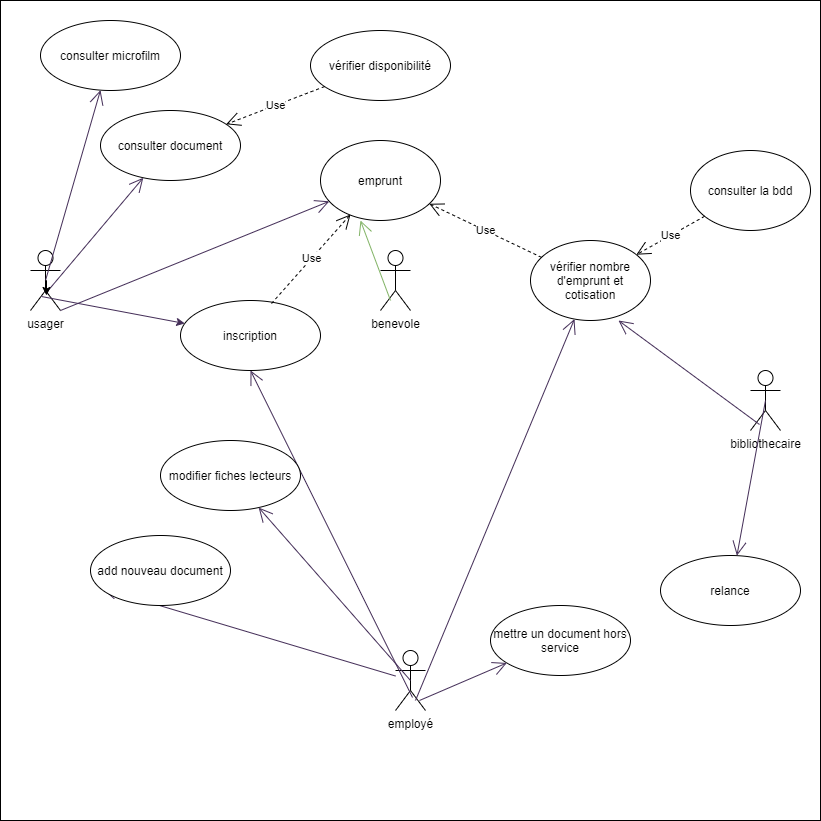
Above: Evaluation mediatheque/diagramme cas d'utilisation.png in alnarolekoala/CDA (draw.io), before the change. Source tidied: cells renumbered, new cells last; positions are measured from the earlier drawing's top-left corner, leaving out a move shared by most shapes.
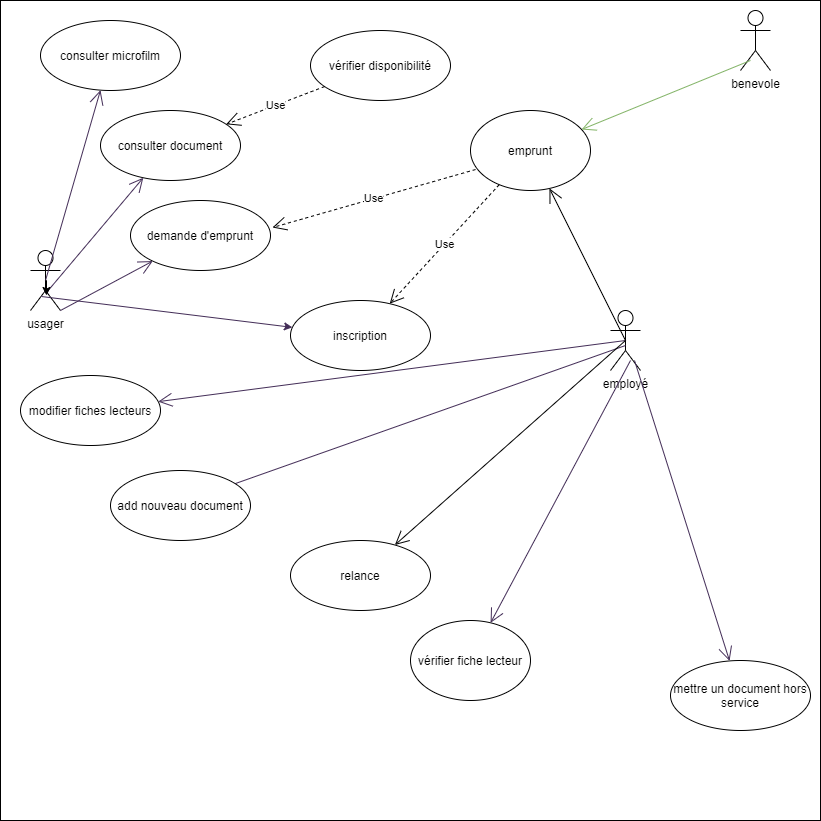
Above is the later version.

The edit, as a diff of the source:
```diff
@@ -9,30 +9,18 @@
       <mxGeometry x="30" y="250" width="30" height="60" as="geometry" />
     </mxCell>
     <mxCell id="4" value="employé" style="shape=umlActor;verticalLabelPosition=bottom;verticalAlign=top;html=1;" parent="1" vertex="1">
-      <mxGeometry x="395" y="650" width="30" height="60" as="geometry" />
+      <mxGeometry x="610" y="310" width="30" height="60" as="geometry" />
     </mxCell>
     <mxCell id="5" value="benevole" style="shape=umlActor;verticalLabelPosition=bottom;verticalAlign=top;html=1;" parent="1" vertex="1">
-      <mxGeometry x="380" y="250" width="30" height="60" as="geometry" />
+      <mxGeometry x="740" y="10" width="30" height="60" as="geometry" />
     </mxCell>
-    <mxCell id="6" value="bibliothecaire" style="shape=umlActor;verticalLabelPosition=bottom;verticalAlign=top;html=1;" parent="1" vertex="1">
-      <mxGeometry x="750" y="370" width="30" height="60" as="geometry" />
-    </mxCell>
     <mxCell id="7" value="emprunt" style="ellipse;whiteSpace=wrap;html=1;" parent="1" vertex="1">
-      <mxGeometry x="320" y="140" width="120" height="80" as="geometry" />
+      <mxGeometry x="470" y="110" width="120" height="80" as="geometry" />
     </mxCell>
-    <mxCell id="8" value="consulter la bdd" style="ellipse;whiteSpace=wrap;html=1;" parent="1" vertex="1">
-      <mxGeometry x="690" y="150" width="120" height="80" as="geometry" />
-    </mxCell>
-    <mxCell id="9" value="Use" style="endArrow=open;endSize=12;dashed=1;html=1;" parent="1" edge="1" source="8" target="10">
-      <mxGeometry relative="1" as="geometry" />
-    </mxCell>
-    <mxCell id="10" value="vérifier nombre d'emprunt et cotisation" style="ellipse;whiteSpace=wrap;html=1;" parent="1" vertex="1">
-      <mxGeometry x="530" y="240" width="120" height="80" as="geometry" />
+    <mxCell id="10" value="vérifier fiche lecteur" style="ellipse;whiteSpace=wrap;html=1;" parent="1" vertex="1">
+      <mxGeometry x="410" y="620" width="120" height="80" as="geometry" />
     </mxCell>
-    <mxCell id="11" value="Use" style="endArrow=open;endSize=12;dashed=1;html=1;" parent="1" edge="1" source="10" target="7">
-      <mxGeometry relative="1" as="geometry" />
-    </mxCell>
-    <mxCell id="12" style="endArrow=open;endFill=1;endSize=12;html=1;exitX=1;exitY=1;exitDx=0;exitDy=0;exitPerimeter=0;fillColor=#76608a;strokeColor=#432D57;" parent="1" edge="1" source="3" target="7">
+    <mxCell id="12" style="endArrow=open;endFill=1;endSize=12;html=1;exitX=1;exitY=1;exitDx=0;exitDy=0;exitPerimeter=0;fillColor=#76608a;strokeColor=#432D57;" parent="1" edge="1" source="3" target="35">
       <mxGeometry relative="1" as="geometry" />
     </mxCell>
     <mxCell id="13" style="endArrow=open;endFill=1;endSize=12;html=1;exitX=0.667;exitY=0.833;exitDx=0;exitDy=0;exitPerimeter=0;fillColor=#76608a;strokeColor=#432D57;" parent="1" edge="1" source="4" target="10">
@@ -44,35 +32,31 @@
     <mxCell id="15" style="endArrow=open;endFill=1;endSize=12;html=1;exitX=0.533;exitY=0.7;exitDx=0;exitDy=0;exitPerimeter=0;fillColor=#76608a;strokeColor=#432D57;" parent="1" edge="1" source="3" target="14">
       <mxGeometry relative="1" as="geometry" />
     </mxCell>
-    <mxCell id="16" style="endArrow=open;endFill=1;endSize=12;html=1;exitX=0.333;exitY=0.833;exitDx=0;exitDy=0;exitPerimeter=0;entryX=0.333;entryY=1;entryDx=0;entryDy=0;entryPerimeter=0;fillColor=#d5e8d4;strokeColor=#82b366;" parent="1" edge="1" source="5" target="7">
+    <mxCell id="16" style="endArrow=open;endFill=1;endSize=12;html=1;exitX=0.333;exitY=0.833;exitDx=0;exitDy=0;exitPerimeter=0;fillColor=#d5e8d4;strokeColor=#82b366;" parent="1" edge="1" source="5" target="7">
       <mxGeometry relative="1" as="geometry" />
     </mxCell>
     <mxCell id="17" value="relance" style="ellipse;whiteSpace=wrap;html=1;" parent="1" vertex="1">
-      <mxGeometry x="660" y="555" width="140" height="70" as="geometry" />
+      <mxGeometry x="290" y="540" width="140" height="70" as="geometry" />
     </mxCell>
-    <mxCell id="18" style="endArrow=open;endFill=1;endSize=12;html=1;entryX=0.086;entryY=0.757;entryDx=0;entryDy=0;entryPerimeter=0;fillColor=#76608a;strokeColor=#432D57;" parent="1" edge="1" source="4" target="20">
-      <mxGeometry relative="1" as="geometry" />
+    <mxCell id="18" style="endArrow=open;endFill=1;endSize=12;html=1;entryX=0.086;entryY=0.757;entryDx=0;entryDy=0;entryPerimeter=0;fillColor=#76608a;strokeColor=#432D57;" parent="1" edge="1" target="20">
+      <mxGeometry relative="1" as="geometry">
+        <mxPoint x="625" y="345" as="sourcePoint" />
+      </mxGeometry>
     </mxCell>
-    <mxCell id="19" style="endArrow=open;endFill=1;endSize=12;html=1;exitX=0.5;exitY=0.5;exitDx=0;exitDy=0;exitPerimeter=0;fillColor=#76608a;strokeColor=#432D57;" parent="1" edge="1" source="6" target="17">
-      <mxGeometry relative="1" as="geometry" />
-    </mxCell>
     <mxCell id="20" value="add nouveau document" style="ellipse;whiteSpace=wrap;html=1;" parent="1" vertex="1">
-      <mxGeometry x="90" y="535" width="140" height="70" as="geometry" />
+      <mxGeometry x="110" y="470" width="140" height="70" as="geometry" />
     </mxCell>
     <mxCell id="21" value="inscription&lt;br&gt;" style="ellipse;whiteSpace=wrap;html=1;" parent="1" vertex="1">
-      <mxGeometry x="180" y="300" width="140" height="70" as="geometry" />
+      <mxGeometry x="290" y="300" width="140" height="70" as="geometry" />
     </mxCell>
-    <mxCell id="22" style="endArrow=open;endFill=1;endSize=12;html=1;entryX=0.5;entryY=1;entryDx=0;entryDy=0;exitX=0.567;exitY=0.783;exitDx=0;exitDy=0;exitPerimeter=0;fillColor=#76608a;strokeColor=#432D57;" parent="1" edge="1" source="4" target="21">
-      <mxGeometry relative="1" as="geometry" />
-    </mxCell>
     <mxCell id="23" value="modifier fiches lecteurs" style="ellipse;whiteSpace=wrap;html=1;" parent="1" vertex="1">
-      <mxGeometry x="160" y="440" width="140" height="70" as="geometry" />
+      <mxGeometry x="20" y="375" width="140" height="70" as="geometry" />
     </mxCell>
     <mxCell id="24" style="endArrow=open;endFill=1;endSize=12;html=1;exitX=0.5;exitY=0.5;exitDx=0;exitDy=0;exitPerimeter=0;fillColor=#76608a;strokeColor=#432D57;" parent="1" edge="1" source="4" target="23">
       <mxGeometry relative="1" as="geometry" />
     </mxCell>
     <mxCell id="25" value="mettre un document hors service" style="ellipse;whiteSpace=wrap;html=1;" parent="1" vertex="1">
-      <mxGeometry x="490" y="605" width="140" height="70" as="geometry" />
+      <mxGeometry x="670" y="660" width="140" height="70" as="geometry" />
     </mxCell>
     <mxCell id="26" style="endArrow=open;endFill=1;endSize=12;html=1;exitX=0.8;exitY=0.833;exitDx=0;exitDy=0;exitPerimeter=0;fillColor=#76608a;strokeColor=#432D57;" parent="1" edge="1" source="4" target="25">
       <mxGeometry relative="1" as="geometry" />
@@ -92,14 +76,23 @@
     <mxCell id="31" style="edgeStyle=orthogonalEdgeStyle;rounded=0;orthogonalLoop=1;jettySize=auto;html=1;exitX=0.5;exitY=0.5;exitDx=0;exitDy=0;exitPerimeter=0;entryX=0.533;entryY=0.75;entryDx=0;entryDy=0;entryPerimeter=0;" parent="1" edge="1" source="3" target="3">
       <mxGeometry relative="1" as="geometry" />
     </mxCell>
-    <mxCell id="32" style="endArrow=open;endFill=1;endSize=12;html=1;fillColor=#76608a;strokeColor=#432D57;exitX=0.3;exitY=0.9;exitDx=0;exitDy=0;exitPerimeter=0;entryX=0.733;entryY=1;entryDx=0;entryDy=0;entryPerimeter=0;" parent="1" edge="1" source="6" target="10">
-      <mxGeometry relative="1" as="geometry" />
-    </mxCell>
     <mxCell id="33" style="endArrow=classic;html=1;exitX=0.367;exitY=0.767;exitDx=0;exitDy=0;exitPerimeter=0;fillColor=#76608a;strokeColor=#432D57;" parent="1" edge="1" source="3" target="21">
       <mxGeometry relative="1" as="geometry" />
     </mxCell>
-    <mxCell id="34" value="Use" style="endArrow=open;endSize=12;dashed=1;html=1;exitX=0.65;exitY=0.043;exitDx=0;exitDy=0;exitPerimeter=0;entryX=0.25;entryY=0.925;entryDx=0;entryDy=0;entryPerimeter=0;" parent="1" edge="1" source="21" target="7">
+    <mxCell id="34" value="Use" style="endArrow=open;endSize=12;dashed=1;html=1;" parent="1" edge="1" source="7" target="21">
       <mxGeometry relative="1" as="geometry" />
     </mxCell>
+    <mxCell id="35" value="demande d'emprunt" style="ellipse;whiteSpace=wrap;html=1;" parent="1" vertex="1">
+      <mxGeometry x="130" y="200" width="140" height="70" as="geometry" />
+    </mxCell>
+    <mxCell id="36" value="Use" style="endArrow=open;endSize=12;dashed=1;html=1;exitX=0.042;exitY=0.738;exitDx=0;exitDy=0;exitPerimeter=0;entryX=1.014;entryY=0.386;entryDx=0;entryDy=0;entryPerimeter=0;" parent="1" edge="1" source="7" target="35">
+      <mxGeometry relative="1" as="geometry" />
+    </mxCell>
+    <mxCell id="37" style="endArrow=open;endFill=1;endSize=12;html=1;exitX=0.5;exitY=0.5;exitDx=0;exitDy=0;exitPerimeter=0;" parent="1" edge="1" source="4" target="17">
+      <mxGeometry relative="1" as="geometry" />
+    </mxCell>
+    <mxCell id="38" style="endArrow=open;endFill=1;endSize=12;html=1;exitX=0.5;exitY=0.5;exitDx=0;exitDy=0;exitPerimeter=0;" parent="1" edge="1" source="4" target="7">
+      <mxGeometry relative="1" as="geometry" />
+    </mxCell>
   </root>
 </mxGraphModel>
```
